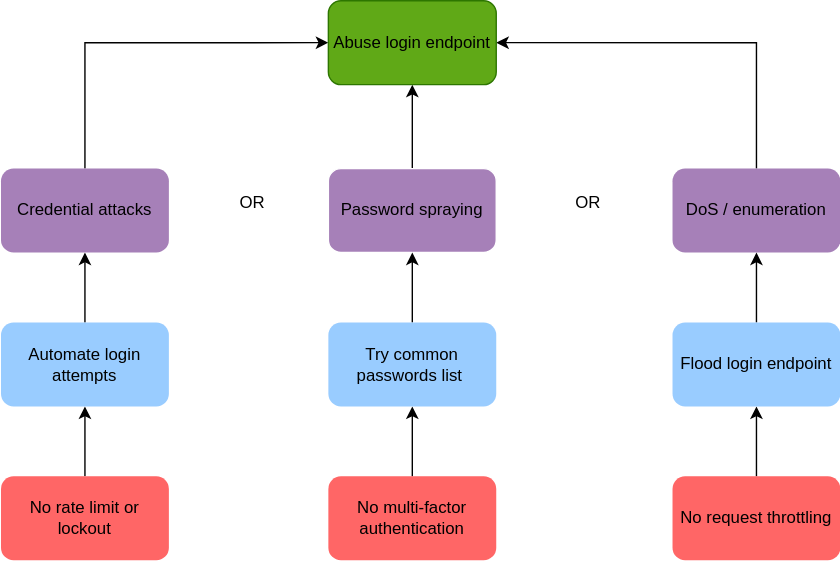
This is docs/attack-trees/diogo1221223/images/User_Login-v2.drawio.svg from mei-desofs/desofs2026-thu_crr_1, a draw.io export, as it was before one commit. Source tidied: cells renumbered, new cells last; positions are measured from the earlier drawing's top-left corner, leaving out a move shared by most shapes.
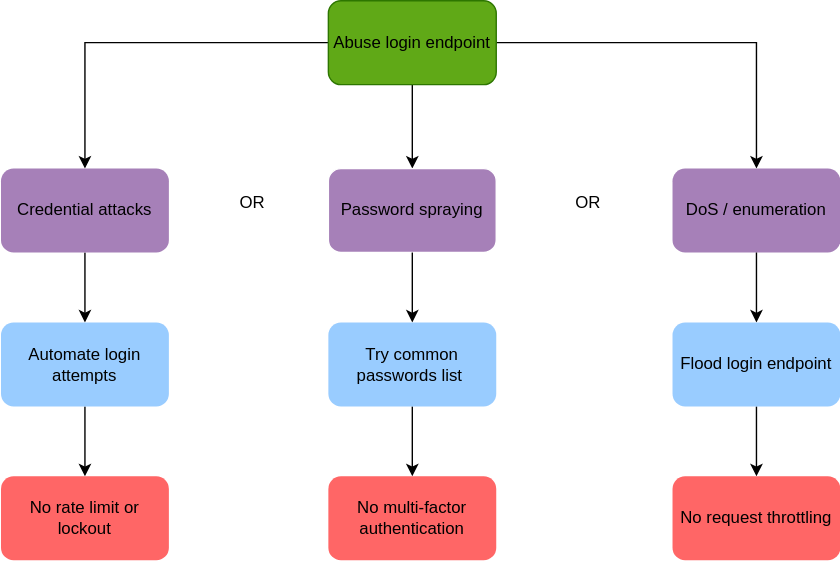
After the change.

Diff of the diagram source:
```diff
@@ -2,20 +2,20 @@
   <root>
     <mxCell id="0" />
     <mxCell id="1" parent="0" />
-    <mxCell id="2" style="edgeStyle=orthogonalEdgeStyle;rounded=0;jettySize=auto;html=1;exitX=0.5;exitY=0;exitDx=0;exitDy=0;entryX=0;entryY=0.5;entryDx=0;entryDy=0;fontColor=light-dark(#000000,#000000);" parent="1" edge="1" source="8" target="7">
+    <mxCell id="2" style="edgeStyle=orthogonalEdgeStyle;rounded=0;jettySize=auto;html=1;exitX=0.5;exitY=0;exitDx=0;exitDy=0;entryX=0;entryY=0.5;entryDx=0;entryDy=0;fontColor=light-dark(#000000,#000000);startArrow=classic;startFill=1;endArrow=none;endFill=0;" parent="1" edge="1" source="8" target="7">
       <mxGeometry relative="1" as="geometry">
         <Array as="points">
           <mxPoint x="60" y="30" />
         </Array>
       </mxGeometry>
     </mxCell>
-    <mxCell id="3" style="edgeStyle=orthogonalEdgeStyle;rounded=0;jettySize=auto;html=1;exitX=0.5;exitY=0;exitDx=0;exitDy=0;entryX=0.5;entryY=1;entryDx=0;entryDy=0;fontColor=light-dark(#000000,#000000);" parent="1" edge="1" source="9" target="7">
+    <mxCell id="3" style="edgeStyle=orthogonalEdgeStyle;rounded=0;jettySize=auto;html=1;exitX=0.5;exitY=0;exitDx=0;exitDy=0;entryX=0.5;entryY=1;entryDx=0;entryDy=0;fontColor=light-dark(#000000,#000000);startArrow=classic;startFill=1;endArrow=none;endFill=0;" parent="1" edge="1" source="9" target="7">
       <mxGeometry relative="1" as="geometry" />
     </mxCell>
-    <mxCell id="4" style="edgeStyle=orthogonalEdgeStyle;rounded=0;jettySize=auto;html=1;exitX=0.5;exitY=0;exitDx=0;exitDy=0;entryX=1;entryY=0.5;entryDx=0;entryDy=0;fontColor=light-dark(#000000,#000000);" parent="1" edge="1" source="10" target="7">
+    <mxCell id="4" style="edgeStyle=orthogonalEdgeStyle;rounded=0;jettySize=auto;html=1;exitX=0.5;exitY=0;exitDx=0;exitDy=0;entryX=1;entryY=0.5;entryDx=0;entryDy=0;fontColor=light-dark(#000000,#000000);startArrow=classic;startFill=1;endArrow=none;endFill=0;" parent="1" edge="1" source="10" target="7">
       <mxGeometry relative="1" as="geometry" />
     </mxCell>
-    <mxCell id="5" style="edgeStyle=orthogonalEdgeStyle;rounded=0;jettySize=auto;html=1;exitX=0.5;exitY=0;exitDx=0;exitDy=0;fontColor=light-dark(#000000,#000000);" parent="1" edge="1" source="11">
+    <mxCell id="5" style="edgeStyle=orthogonalEdgeStyle;rounded=0;jettySize=auto;html=1;exitX=0.5;exitY=0;exitDx=0;exitDy=0;fontColor=light-dark(#000000,#000000);startArrow=classic;startFill=1;endArrow=none;endFill=0;" parent="1" edge="1" source="11">
       <mxGeometry relative="1" as="geometry">
         <mxPoint x="60" y="180" as="targetPoint" />
         <Array as="points">
@@ -24,7 +24,7 @@
         </Array>
       </mxGeometry>
     </mxCell>
-    <mxCell id="6" style="edgeStyle=orthogonalEdgeStyle;rounded=0;jettySize=auto;html=1;exitX=0.5;exitY=0;exitDx=0;exitDy=0;entryX=0.5;entryY=1;entryDx=0;entryDy=0;fontColor=light-dark(#000000,#000000);" parent="1" edge="1" target="11">
+    <mxCell id="6" style="edgeStyle=orthogonalEdgeStyle;rounded=0;jettySize=auto;html=1;exitX=0.5;exitY=0;exitDx=0;exitDy=0;entryX=0.5;entryY=1;entryDx=0;entryDy=0;fontColor=light-dark(#000000,#000000);startArrow=classic;startFill=1;endArrow=none;endFill=0;" parent="1" edge="1" target="11">
       <mxGeometry relative="1" as="geometry">
         <mxPoint x="60" y="340" as="sourcePoint" />
       </mxGeometry>
@@ -53,7 +53,7 @@
     <mxCell id="14" value="OR" style="text;html=1;whiteSpace=wrap;strokeColor=none;fillColor=none;align=center;verticalAlign=middle;rounded=0;fontColor=light-dark(#000000,#FFFFFF);" parent="1" vertex="1">
       <mxGeometry x="390" y="130" width="60" height="30" as="geometry" />
     </mxCell>
-    <mxCell id="15" style="edgeStyle=orthogonalEdgeStyle;rounded=0;jettySize=auto;html=1;exitX=0.5;exitY=0;exitDx=0;exitDy=0;fontColor=light-dark(#000000,#000000);" parent="1" edge="1" source="17">
+    <mxCell id="15" style="edgeStyle=orthogonalEdgeStyle;rounded=0;jettySize=auto;html=1;exitX=0.5;exitY=0;exitDx=0;exitDy=0;fontColor=light-dark(#000000,#000000);startArrow=classic;startFill=1;endArrow=none;endFill=0;" parent="1" edge="1" source="17">
       <mxGeometry relative="1" as="geometry">
         <mxPoint x="540" y="180" as="targetPoint" />
         <Array as="points">
@@ -62,7 +62,7 @@
         </Array>
       </mxGeometry>
     </mxCell>
-    <mxCell id="16" style="edgeStyle=orthogonalEdgeStyle;rounded=0;jettySize=auto;html=1;exitX=0.5;exitY=0;exitDx=0;exitDy=0;entryX=0.5;entryY=1;entryDx=0;entryDy=0;fontColor=light-dark(#000000,#000000);" parent="1" edge="1" target="17">
+    <mxCell id="16" style="edgeStyle=orthogonalEdgeStyle;rounded=0;jettySize=auto;html=1;exitX=0.5;exitY=0;exitDx=0;exitDy=0;entryX=0.5;entryY=1;entryDx=0;entryDy=0;fontColor=light-dark(#000000,#000000);startArrow=classic;startFill=1;endArrow=none;endFill=0;" parent="1" edge="1" target="17">
       <mxGeometry relative="1" as="geometry">
         <mxPoint x="540" y="340" as="sourcePoint" />
       </mxGeometry>
@@ -73,10 +73,10 @@
     <mxCell id="18" value="No request throttling" style="rounded=1;whiteSpace=wrap;html=1;fillColor=#FF6666;strokeColor=none;fontColor=light-dark(#000000,#000000);" parent="1" vertex="1">
       <mxGeometry x="480" y="340" width="120" height="60" as="geometry" />
     </mxCell>
-    <mxCell id="19" style="edgeStyle=orthogonalEdgeStyle;rounded=0;jettySize=auto;html=1;exitX=0.5;exitY=0;exitDx=0;exitDy=0;entryX=0.5;entryY=1;entryDx=0;entryDy=0;fontColor=light-dark(#000000,#000000);" parent="1" edge="1" source="22" target="21">
+    <mxCell id="19" style="edgeStyle=orthogonalEdgeStyle;rounded=0;jettySize=auto;html=1;exitX=0.5;exitY=0;exitDx=0;exitDy=0;entryX=0.5;entryY=1;entryDx=0;entryDy=0;fontColor=light-dark(#000000,#000000);startArrow=classic;startFill=1;endArrow=none;endFill=0;" parent="1" edge="1" source="22" target="21">
       <mxGeometry relative="1" as="geometry" />
     </mxCell>
-    <mxCell id="20" style="edgeStyle=orthogonalEdgeStyle;rounded=0;jettySize=auto;html=1;" parent="1" edge="1" source="21" target="9">
+    <mxCell id="20" style="edgeStyle=orthogonalEdgeStyle;rounded=0;jettySize=auto;html=1;startArrow=classic;startFill=1;endArrow=none;endFill=0;" parent="1" edge="1" source="21" target="9">
       <mxGeometry relative="1" as="geometry" />
     </mxCell>
     <mxCell id="21" value="Try common passwords list&amp;nbsp;" style="rounded=1;whiteSpace=wrap;html=1;fillColor=#99CCFF;align=center;strokeColor=none;fontColor=light-dark(#000000,#000000);" parent="1" vertex="1">
```
